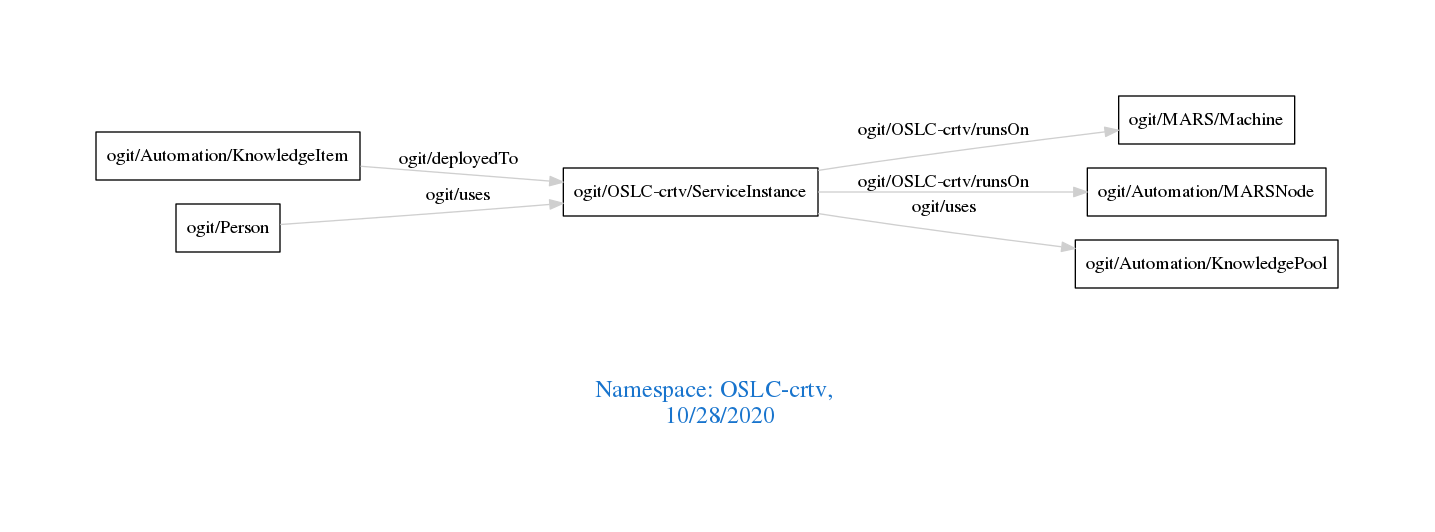
arago/OGIT keeps this Graphviz diagram as downloads/OSLC-crtv.png. Above is the earlier version. Its source is kept beside it as downloads/OSLC-crtv.dot.
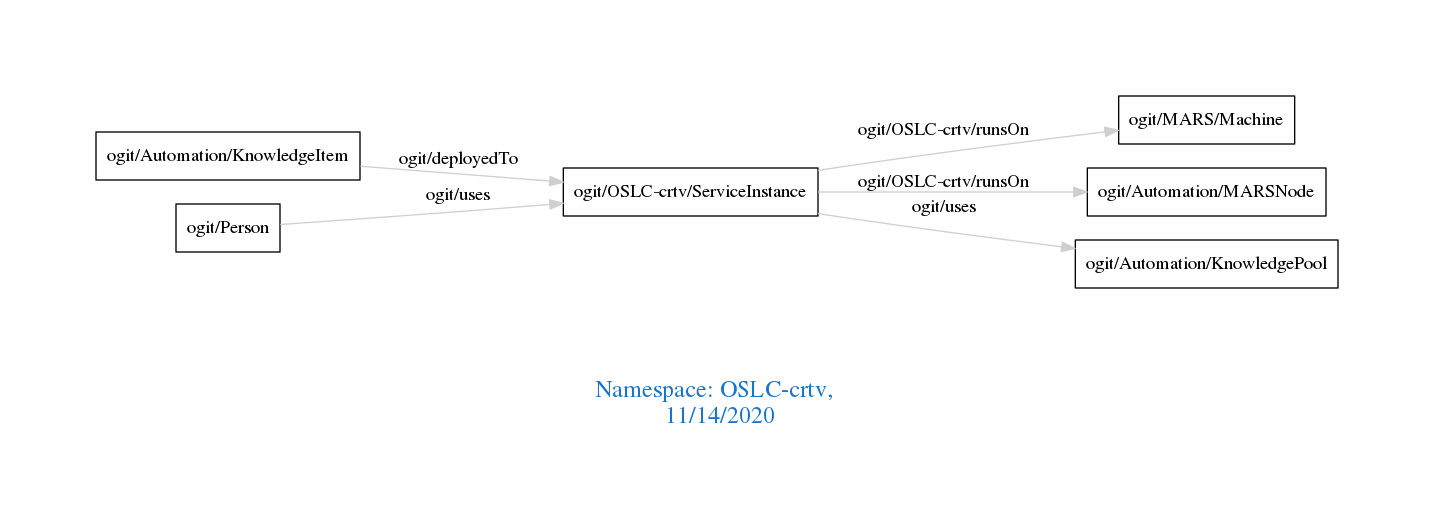
Above is the later version.

Diff of the diagram source:
```diff
@@ -1,7 +1,7 @@
 digraph OGIT_ontology {
  graph [ rankdir= LR,pad=1
 fontsize = 18,
-fontcolor= dodgerblue3,label = "\n\n\nNamespace: OSLC-crtv, \n 10/28/2020"];
+fontcolor= dodgerblue3,label = "\n\n\nNamespace: OSLC-crtv, \n 11/14/2020"];
 node[shape=polygon];
 edge [  color="gray81"];
 
```
